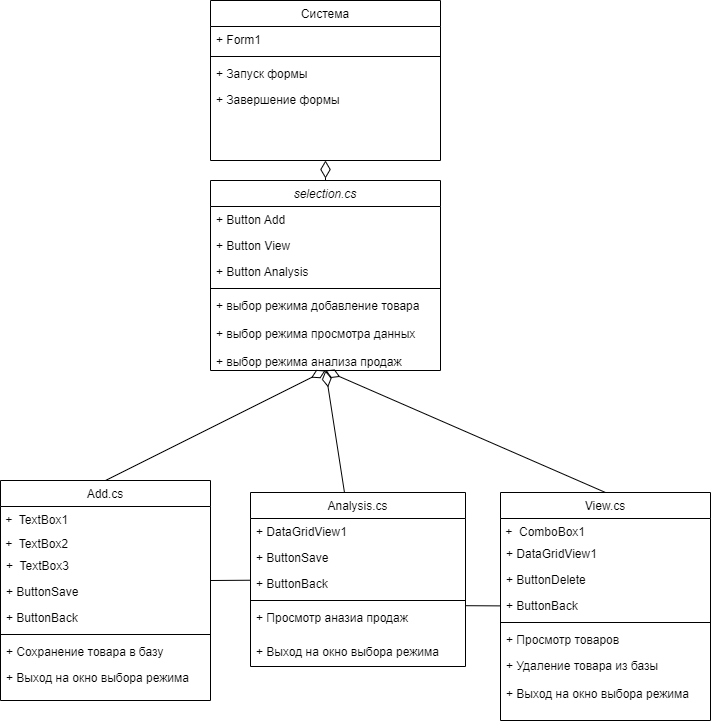
IlyaTupitsin/Practika_2 keeps this draw.io diagram as Диаграмма классов.drawio.png. Above is the earlier version. Source tidied: cells renumbered, new cells last; positions are measured from the earlier drawing's top-left corner, leaving out a move shared by most shapes.
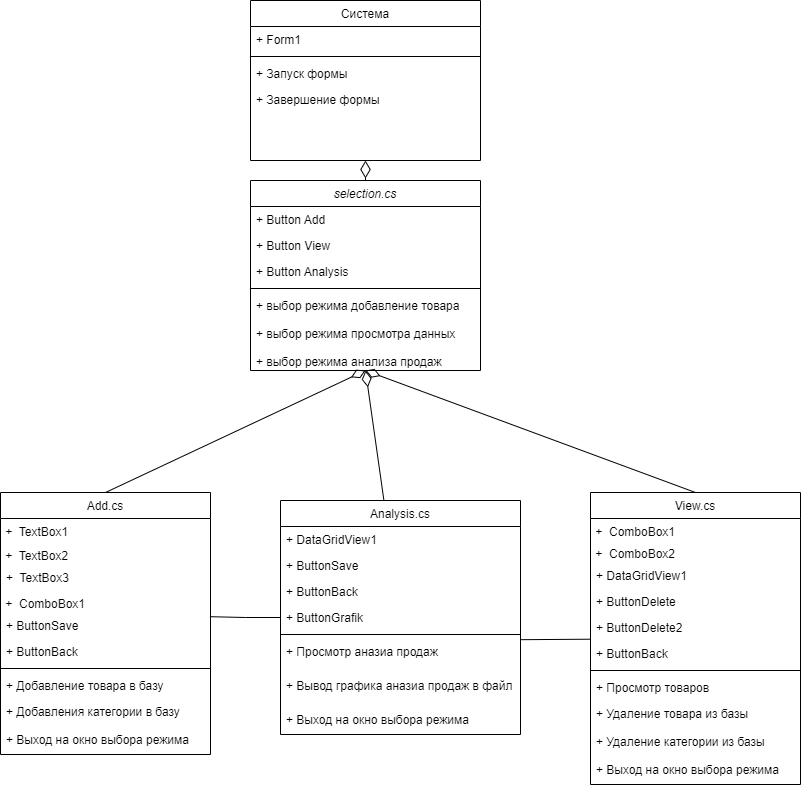
After the change.

What changed in the source:
```diff
@@ -24,31 +24,40 @@
       <mxGeometry relative="1" as="geometry" />
     </mxCell>
     <mxCell id="9" value="View.cs" style="swimlane;fontStyle=0;align=center;verticalAlign=top;horizontal=1;startSize=26;rounded=0;shadow=0;strokeWidth=1;" parent="1" vertex="1">
-      <mxGeometry x="500" y="492" width="210" height="228" as="geometry" />
+      <mxGeometry x="550" y="492" width="210" height="292" as="geometry" />
     </mxCell>
     <mxCell id="10" value="&lt;span lang=&quot;EN-US&quot; style=&quot;font-size: 9pt;&quot;&gt;&lt;font face=&quot;Helvetica&quot;&gt;&amp;nbsp;+&amp;nbsp; ComboBox1&lt;/font&gt;&lt;/span&gt;" style="text;whiteSpace=wrap;html=1;" parent="9" vertex="1">
       <mxGeometry y="26" width="210" height="22" as="geometry" />
     </mxCell>
+    <mxCell id="44" value="&lt;span lang=&quot;EN-US&quot; style=&quot;font-size: 9pt;&quot;&gt;&lt;font face=&quot;Helvetica&quot;&gt;&amp;nbsp;+&amp;nbsp; ComboBox2&lt;/font&gt;&lt;/span&gt;" style="text;whiteSpace=wrap;html=1;" parent="9" vertex="1">
+      <mxGeometry y="48" width="210" height="22" as="geometry" />
+    </mxCell>
     <mxCell id="11" value="+ DataGridView1&#10;" style="text;align=left;verticalAlign=top;spacingLeft=4;spacingRight=4;overflow=hidden;" parent="9" vertex="1">
-      <mxGeometry y="48" width="210" height="26" as="geometry" />
+      <mxGeometry y="70" width="210" height="26" as="geometry" />
     </mxCell>
     <mxCell id="12" value="+ ButtonDelete" style="text;align=left;verticalAlign=top;spacingLeft=4;spacingRight=4;overflow=hidden;rounded=0;shadow=0;html=0;" parent="9" vertex="1">
-      <mxGeometry y="74" width="210" height="26" as="geometry" />
+      <mxGeometry y="96" width="210" height="26" as="geometry" />
     </mxCell>
+    <mxCell id="45" value="+ ButtonDelete2" style="text;align=left;verticalAlign=top;spacingLeft=4;spacingRight=4;overflow=hidden;rounded=0;shadow=0;html=0;" parent="9" vertex="1">
+      <mxGeometry y="122" width="210" height="26" as="geometry" />
+    </mxCell>
     <mxCell id="13" value="+ ButtonBack" style="text;align=left;verticalAlign=top;spacingLeft=4;spacingRight=4;overflow=hidden;rounded=0;shadow=0;html=0;" parent="9" vertex="1">
-      <mxGeometry y="100" width="210" height="26" as="geometry" />
+      <mxGeometry y="148" width="210" height="26" as="geometry" />
     </mxCell>
     <mxCell id="14" style="line;html=1;strokeWidth=1;align=left;verticalAlign=middle;spacingTop=-1;spacingLeft=3;spacingRight=3;labelPosition=right;" parent="9" vertex="1">
-      <mxGeometry y="126" width="210" height="8" as="geometry" />
+      <mxGeometry y="174" width="210" height="8" as="geometry" />
     </mxCell>
     <mxCell id="15" value="+ Просмотр товаров" style="text;align=left;verticalAlign=top;spacingLeft=4;spacingRight=4;overflow=hidden;fontStyle=0;" parent="9" vertex="1">
-      <mxGeometry y="134" width="210" height="26" as="geometry" />
+      <mxGeometry y="182" width="210" height="26" as="geometry" />
     </mxCell>
     <mxCell id="16" value="+ Удаление товара из базы" style="text;align=left;verticalAlign=top;spacingLeft=4;spacingRight=4;overflow=hidden;" parent="9" vertex="1">
-      <mxGeometry y="160" width="210" height="28" as="geometry" />
+      <mxGeometry y="208" width="210" height="28" as="geometry" />
     </mxCell>
+    <mxCell id="46" value="+ Удаление категории из базы" style="text;align=left;verticalAlign=top;spacingLeft=4;spacingRight=4;overflow=hidden;" parent="9" vertex="1">
+      <mxGeometry y="236" width="210" height="28" as="geometry" />
+    </mxCell>
     <mxCell id="17" value="+ Выход на окно выбора режима" style="text;align=left;verticalAlign=top;spacingLeft=4;spacingRight=4;overflow=hidden;" parent="9" vertex="1">
-      <mxGeometry y="188" width="210" height="28" as="geometry" />
+      <mxGeometry y="264" width="210" height="28" as="geometry" />
     </mxCell>
     <mxCell id="18" style="edgeStyle=orthogonalEdgeStyle;rounded=0;jettySize=auto;html=1;exitX=0.5;exitY=1;exitDx=0;exitDy=0;entryX=0.5;entryY=0;entryDx=0;entryDy=0;endArrow=none;endFill=0;startArrow=diamondThin;startFill=0;endSize=6;startSize=15;" parent="1" edge="1" source="19" target="2">
       <mxGeometry relative="1" as="geometry" />
@@ -72,7 +81,7 @@
       <mxGeometry relative="1" as="geometry" />
     </mxCell>
     <mxCell id="25" value="Add.cs" style="swimlane;fontStyle=0;align=center;verticalAlign=top;horizontal=1;startSize=26;rounded=0;shadow=0;strokeWidth=1;" parent="1" vertex="1">
-      <mxGeometry y="480" width="210" height="220" as="geometry" />
+      <mxGeometry x="-40" y="492" width="210" height="262" as="geometry" />
     </mxCell>
     <mxCell id="26" value="&lt;span lang=&quot;EN-US&quot; style=&quot;font-size: 9pt;&quot;&gt;&lt;font face=&quot;Helvetica&quot;&gt;&amp;nbsp;+&amp;nbsp; TextBox1&lt;/font&gt;&lt;/span&gt;" style="text;whiteSpace=wrap;html=1;" parent="25" vertex="1">
       <mxGeometry y="26" width="210" height="24" as="geometry" />
@@ -83,54 +92,64 @@
     <mxCell id="28" value="+  TextBox3" style="text;align=left;verticalAlign=top;spacingLeft=4;spacingRight=4;overflow=hidden;" parent="25" vertex="1">
       <mxGeometry y="72" width="210" height="26" as="geometry" />
     </mxCell>
+    <mxCell id="47" value="&lt;span lang=&quot;EN-US&quot; style=&quot;font-size: 9pt;&quot;&gt;&lt;font face=&quot;Helvetica&quot;&gt;&amp;nbsp;+&amp;nbsp; ComboBox1&lt;/font&gt;&lt;/span&gt;" style="text;whiteSpace=wrap;html=1;" parent="25" vertex="1">
+      <mxGeometry y="98" width="210" height="22" as="geometry" />
+    </mxCell>
     <mxCell id="29" value="+ ButtonSave" style="text;align=left;verticalAlign=top;spacingLeft=4;spacingRight=4;overflow=hidden;points=[[0,0.5],[1,0.5]];portConstraint=eastwest;rounded=0;shadow=0;html=0;" parent="25" vertex="1">
-      <mxGeometry y="98" width="210" height="26" as="geometry" />
+      <mxGeometry y="120" width="210" height="26" as="geometry" />
     </mxCell>
     <mxCell id="30" value="+ ButtonBack" style="text;align=left;verticalAlign=top;spacingLeft=4;spacingRight=4;overflow=hidden;rounded=0;shadow=0;html=0;" parent="25" vertex="1">
-      <mxGeometry y="124" width="210" height="26" as="geometry" />
+      <mxGeometry y="146" width="210" height="26" as="geometry" />
     </mxCell>
     <mxCell id="31" style="line;html=1;strokeWidth=1;align=left;verticalAlign=middle;spacingTop=-1;spacingLeft=3;spacingRight=3;labelPosition=right;" parent="25" vertex="1">
-      <mxGeometry y="150" width="210" height="8" as="geometry" />
+      <mxGeometry y="172" width="210" height="8" as="geometry" />
     </mxCell>
-    <mxCell id="32" value="+ Сохранение товара в базу" style="text;align=left;verticalAlign=top;spacingLeft=4;spacingRight=4;overflow=hidden;fontStyle=0;" parent="25" vertex="1">
-      <mxGeometry y="158" width="210" height="26" as="geometry" />
+    <mxCell id="32" value="+ Добавление товара в базу" style="text;align=left;verticalAlign=top;spacingLeft=4;spacingRight=4;overflow=hidden;fontStyle=0;" parent="25" vertex="1">
+      <mxGeometry y="180" width="210" height="26" as="geometry" />
     </mxCell>
-    <mxCell id="33" value="+ Выход на окно выбора режима" style="text;align=left;verticalAlign=top;spacingLeft=4;spacingRight=4;overflow=hidden;" parent="25" vertex="1">
-      <mxGeometry y="184" width="210" height="28" as="geometry" />
+    <mxCell id="33" value="+ Добавления категории в базу" style="text;align=left;verticalAlign=top;spacingLeft=4;spacingRight=4;overflow=hidden;" parent="25" vertex="1">
+      <mxGeometry y="206" width="210" height="28" as="geometry" />
     </mxCell>
+    <mxCell id="48" value="+ Выход на окно выбора режима" style="text;align=left;verticalAlign=top;spacingLeft=4;spacingRight=4;overflow=hidden;" parent="25" vertex="1">
+      <mxGeometry y="234" width="210" height="28" as="geometry" />
+    </mxCell>
     <mxCell id="34" style="rounded=0;jettySize=auto;html=1;endArrow=diamondThin;endFill=0;startSize=11;endSize=14;" parent="1" edge="1" source="35">
       <mxGeometry relative="1" as="geometry">
         <mxPoint x="325" y="370" as="targetPoint" />
       </mxGeometry>
     </mxCell>
     <mxCell id="35" value="Analysis.cs" style="swimlane;fontStyle=0;align=center;verticalAlign=top;horizontal=1;startSize=26;rounded=0;shadow=0;strokeWidth=1;" parent="1" vertex="1">
-      <mxGeometry x="250" y="492" width="215" height="174" as="geometry" />
+      <mxGeometry x="240" y="500" width="240" height="234" as="geometry" />
     </mxCell>
     <mxCell id="36" value="+ DataGridView1&#10;" style="text;align=left;verticalAlign=top;spacingLeft=4;spacingRight=4;overflow=hidden;" parent="35" vertex="1">
-      <mxGeometry y="26" width="215" height="26" as="geometry" />
+      <mxGeometry y="26" width="240" height="26" as="geometry" />
     </mxCell>
     <mxCell id="37" value="+ ButtonSave" style="text;align=left;verticalAlign=top;spacingLeft=4;spacingRight=4;overflow=hidden;rounded=0;shadow=0;html=0;" parent="35" vertex="1">
-      <mxGeometry y="52" width="215" height="26" as="geometry" />
+      <mxGeometry y="52" width="240" height="26" as="geometry" />
     </mxCell>
     <mxCell id="38" value="+ ButtonBack" style="text;align=left;verticalAlign=top;spacingLeft=4;spacingRight=4;overflow=hidden;rounded=0;shadow=0;html=0;" parent="35" vertex="1">
-      <mxGeometry y="78" width="215" height="26" as="geometry" />
+      <mxGeometry y="78" width="240" height="26" as="geometry" />
     </mxCell>
+    <mxCell id="49" value="+ ButtonGrafik" style="text;align=left;verticalAlign=top;spacingLeft=4;spacingRight=4;overflow=hidden;points=[[0,0.5],[1,0.5]];portConstraint=eastwest;rounded=0;shadow=0;html=0;" parent="35" vertex="1">
+      <mxGeometry y="104" width="240" height="26" as="geometry" />
+    </mxCell>
     <mxCell id="39" style="line;html=1;strokeWidth=1;align=left;verticalAlign=middle;spacingTop=-1;spacingLeft=3;spacingRight=3;labelPosition=right;" parent="35" vertex="1">
-      <mxGeometry y="104" width="215" height="8" as="geometry" />
+      <mxGeometry y="130" width="240" height="8" as="geometry" />
     </mxCell>
     <mxCell id="40" value="+ Просмотр аназиа продаж" style="text;align=left;verticalAlign=top;spacingLeft=4;spacingRight=4;overflow=hidden;points=[[0,0.5],[1,0.5]];portConstraint=eastwest;fontStyle=0;" parent="35" vertex="1">
-      <mxGeometry y="112" width="215" height="34" as="geometry" />
+      <mxGeometry y="138" width="240" height="34" as="geometry" />
     </mxCell>
+    <mxCell id="50" value="+ Вывод графика аназиа продаж в файл" style="text;align=left;verticalAlign=top;spacingLeft=4;spacingRight=4;overflow=hidden;fontStyle=0;" parent="35" vertex="1">
+      <mxGeometry y="172" width="240" height="34" as="geometry" />
+    </mxCell>
     <mxCell id="41" value="+ Выход на окно выбора режима" style="text;align=left;verticalAlign=top;spacingLeft=4;spacingRight=4;overflow=hidden;" parent="35" vertex="1">
-      <mxGeometry y="146" width="215" height="28" as="geometry" />
+      <mxGeometry y="206" width="240" height="28" as="geometry" />
     </mxCell>
     <mxCell id="42" style="rounded=0;jettySize=auto;html=1;entryX=1;entryY=0.035;entryDx=0;entryDy=0;entryPerimeter=0;endArrow=none;endFill=0;" parent="1" edge="1" source="9" target="40">
       <mxGeometry relative="1" as="geometry" />
     </mxCell>
-    <mxCell id="43" style="rounded=0;jettySize=auto;html=1;endArrow=none;endFill=0;" parent="1" edge="1" source="35">
-      <mxGeometry relative="1" as="geometry">
-        <mxPoint x="210" y="580" as="targetPoint" />
-      </mxGeometry>
-    </mxCell>
+    <mxCell id="51" style="edgeStyle=orthogonalEdgeStyle;rounded=0;jettySize=auto;html=1;exitX=0;exitY=0.5;exitDx=0;exitDy=0;entryX=1;entryY=0.162;entryDx=0;entryDy=0;entryPerimeter=0;endArrow=none;endFill=0;" parent="1" edge="1" source="49" target="29">
+      <mxGeometry relative="1" as="geometry" />
+    </mxCell>
   </root>
 </mxGraphModel>
```
